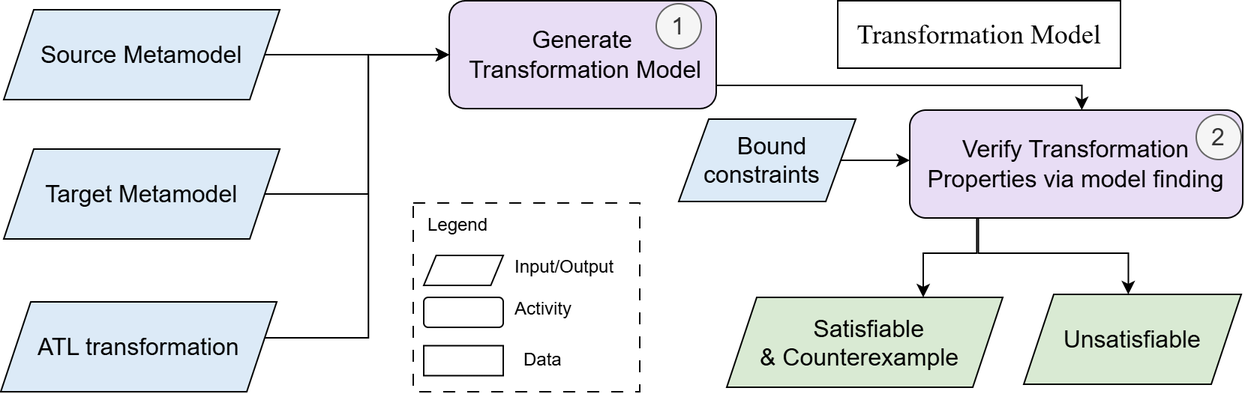
daohuyhoang06/LLM4ATL_poster keeps this draw.io diagram as figures/formal_verification.png. Above is the earlier version. Source tidied: cells renumbered, new cells last; positions are measured from the earlier drawing's top-left corner, leaving out a move shared by most shapes. Source of this version:
```xml
<mxGraphModel>
  <root>
    <mxCell id="0" />
    <mxCell id="1" parent="0" />
    <mxCell id="2" style="edgeStyle=orthogonalEdgeStyle;rounded=0;jettySize=auto;html=1;" parent="1" edge="1" source="7" target="18">
      <mxGeometry relative="1" as="geometry" />
    </mxCell>
    <mxCell id="3" style="edgeStyle=orthogonalEdgeStyle;rounded=0;jettySize=auto;html=1;" parent="1" edge="1" source="5" target="24">
      <mxGeometry relative="1" as="geometry">
        <Array as="points">
          <mxPoint x="651.7" y="168.5" />
          <mxPoint x="751.7" y="168.5" />
        </Array>
      </mxGeometry>
    </mxCell>
    <mxCell id="4" style="edgeStyle=orthogonalEdgeStyle;rounded=0;jettySize=auto;html=1;" parent="1" edge="1" source="5" target="23">
      <mxGeometry relative="1" as="geometry">
        <Array as="points">
          <mxPoint x="650.7" y="168.5" />
          <mxPoint x="615" y="168.5" />
        </Array>
      </mxGeometry>
    </mxCell>
    <mxCell id="5" value="&lt;font style=&quot;font-size: 16px;&quot;&gt;Verify Transformation Properties via model finding&lt;/font&gt;" style="rounded=1;whiteSpace=wrap;html=1;fillColor=#E8DDF5;" parent="1" vertex="1">
      <mxGeometry x="606" y="73" width="222" height="72" as="geometry" />
    </mxCell>
    <mxCell id="6" style="edgeStyle=orthogonalEdgeStyle;rounded=0;jettySize=auto;html=1;" parent="1" edge="1" source="11" target="5">
      <mxGeometry relative="1" as="geometry">
        <Array as="points">
          <mxPoint x="518.7" y="109" />
        </Array>
      </mxGeometry>
    </mxCell>
    <mxCell id="7" value="Source Metamodel" style="shape=parallelogram;perimeter=parallelogramPerimeter;whiteSpace=wrap;html=1;shapeInside=1;fixedSize=1;fontSize=16;fillColor=#DCEAF7;" parent="1" vertex="1">
      <mxGeometry x="2" y="6" width="184" height="60" as="geometry" />
    </mxCell>
    <mxCell id="8" value="Target Metamodel" style="shape=parallelogram;perimeter=parallelogramPerimeter;whiteSpace=wrap;html=1;shapeInside=1;fixedSize=1;fontSize=16;fillColor=#DCEAF7;" parent="1" vertex="1">
      <mxGeometry x="2" y="99" width="184" height="60" as="geometry" />
    </mxCell>
    <mxCell id="9" style="edgeStyle=orthogonalEdgeStyle;rounded=0;jettySize=auto;html=1;" parent="1" edge="1" source="8" target="18">
      <mxGeometry relative="1" as="geometry">
        <Array as="points">
          <mxPoint x="245" y="129" />
          <mxPoint x="245" y="36" />
        </Array>
      </mxGeometry>
    </mxCell>
    <mxCell id="10" style="rounded=0;whiteSpace=wrap;html=1;fillColor=none;dashed=1;dashPattern=8 8;" parent="1" vertex="1">
      <mxGeometry x="275" y="135" width="151" height="126" as="geometry" />
    </mxCell>
    <mxCell id="11" value="Bound constraints" style="shape=parallelogram;perimeter=parallelogramPerimeter;whiteSpace=wrap;html=1;shapeInside=1;fixedSize=1;fontSize=16;fillColor=#DCEAF7;" parent="1" vertex="1">
      <mxGeometry x="452" y="79" width="118" height="55" as="geometry" />
    </mxCell>
    <mxCell id="12" style="edgeStyle=orthogonalEdgeStyle;rounded=0;jettySize=auto;html=1;" parent="1" edge="1" source="14" target="18">
      <mxGeometry relative="1" as="geometry">
        <Array as="points">
          <mxPoint x="245" y="225" />
          <mxPoint x="245" y="36" />
        </Array>
      </mxGeometry>
    </mxCell>
    <mxCell id="13" value="Legend" style="text;html=1;whiteSpace=wrap;strokeColor=none;fillColor=none;align=center;verticalAlign=middle;rounded=0;" parent="1" vertex="1">
      <mxGeometry x="275" y="135" width="60" height="30" as="geometry" />
    </mxCell>
    <mxCell id="14" value="ATL transformation" style="shape=parallelogram;perimeter=parallelogramPerimeter;whiteSpace=wrap;html=1;shapeInside=1;fixedSize=1;fontSize=16;fillColor=#DCEAF7;" parent="1" vertex="1">
      <mxGeometry y="201" width="184" height="60" as="geometry" />
    </mxCell>
    <mxCell id="15" style="shape=parallelogram;perimeter=parallelogramPerimeter;whiteSpace=wrap;html=1;shapeInside=1;fixedSize=1;size=8.309027777777715;" parent="1" vertex="1">
      <mxGeometry x="282" y="170" width="53" height="20" as="geometry" />
    </mxCell>
    <mxCell id="16" style="edgeStyle=orthogonalEdgeStyle;rounded=0;jettySize=auto;html=1;" parent="1" edge="1" source="18" target="5">
      <mxGeometry relative="1" as="geometry">
        <Array as="points">
          <mxPoint x="720.7" y="56.5" />
        </Array>
      </mxGeometry>
    </mxCell>
    <mxCell id="17" value="Input/Output" style="text;html=1;whiteSpace=wrap;strokeColor=none;fillColor=none;align=left;verticalAlign=middle;rounded=0;" parent="1" vertex="1">
      <mxGeometry x="340.5" y="168" width="55.5" height="20" as="geometry" />
    </mxCell>
    <mxCell id="18" value="&lt;font style=&quot;font-size: 16px;&quot;&gt;Generate&lt;br&gt;&amp;nbsp;Transformation Model&lt;/font&gt;" style="rounded=1;whiteSpace=wrap;html=1;fillColor=#E8DDF5;" parent="1" vertex="1">
      <mxGeometry x="299" width="178" height="72" as="geometry" />
    </mxCell>
    <mxCell id="19" value="Activity" style="text;html=1;whiteSpace=wrap;strokeColor=none;fillColor=none;align=left;verticalAlign=middle;rounded=0;" parent="1" vertex="1">
      <mxGeometry x="340.5" y="196" width="53" height="20" as="geometry" />
    </mxCell>
    <mxCell id="20" value="Data" style="text;html=1;whiteSpace=wrap;strokeColor=none;fillColor=none;align=left;verticalAlign=middle;rounded=0;" parent="1" vertex="1">
      <mxGeometry x="347" y="230.2" width="53" height="20" as="geometry" />
    </mxCell>
    <mxCell id="21" style="rounded=1;whiteSpace=wrap;html=1;" parent="1" vertex="1">
      <mxGeometry x="282" y="198" width="53" height="20" as="geometry" />
    </mxCell>
    <mxCell id="22" style="rounded=0;whiteSpace=wrap;html=1;" parent="1" vertex="1">
      <mxGeometry x="282" y="230.2" width="53" height="20" as="geometry" />
    </mxCell>
    <mxCell id="23" value="Satisfiable &amp;amp;&amp;nbsp;Counterexample" style="shape=parallelogram;perimeter=parallelogramPerimeter;whiteSpace=wrap;html=1;shapeInside=1;fixedSize=1;fontSize=16;fillColor=#D9EAD3;" parent="1" vertex="1">
      <mxGeometry x="484" y="198" width="184" height="60" as="geometry" />
    </mxCell>
    <mxCell id="24" value="Unsatisfiable" style="shape=parallelogram;perimeter=parallelogramPerimeter;whiteSpace=wrap;html=1;shapeInside=1;fixedSize=1;fontSize=16;fillColor=#D9EAD3;" parent="1" vertex="1">
      <mxGeometry x="682" y="196" width="145" height="60" as="geometry" />
    </mxCell>
    <mxCell id="25" value="1" style="ellipse;whiteSpace=wrap;html=1;shapeInside=1;fontSize=16;fillColor=#f5f5f5;fontColor=#333333;strokeColor=#666666;" parent="1" vertex="1">
      <mxGeometry x="437" y="2" width="30" height="30" as="geometry" />
    </mxCell>
    <mxCell id="26" value="2" style="ellipse;whiteSpace=wrap;html=1;shapeInside=1;fontSize=16;fillColor=#f5f5f5;fontColor=#333333;strokeColor=#666666;" parent="1" vertex="1">
      <mxGeometry x="797" y="76" width="30" height="30" as="geometry" />
    </mxCell>
    <mxCell id="27" value="&lt;span style=&quot;font-family: &amp;quot;Times New Roman&amp;quot;; font-size: 18px;&quot;&gt;Transformation Model&lt;/span&gt;" style="rounded=0;whiteSpace=wrap;html=1;fillColor=#FFFFFF;" parent="1" vertex="1">
      <mxGeometry x="558" width="188.5" height="45" as="geometry" />
    </mxCell>
  </root>
</mxGraphModel>
```
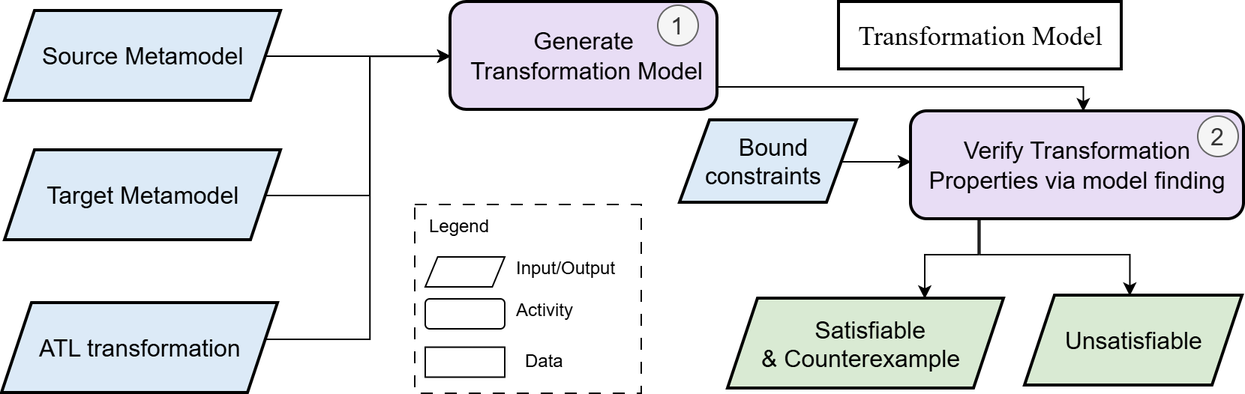
Later version of the same file.

Change to the diagram source:
```diff
@@ -21,7 +21,7 @@
         </Array>
       </mxGeometry>
     </mxCell>
-    <mxCell id="5" value="&lt;font style=&quot;font-size: 16px;&quot;&gt;Verify Transformation Properties via model finding&lt;/font&gt;" style="rounded=1;whiteSpace=wrap;html=1;fillColor=#E8DDF5;" parent="1" vertex="1">
+    <mxCell id="5" value="&lt;font style=&quot;font-size: 16px;&quot;&gt;Verify Transformation Properties via model finding&lt;/font&gt;" style="rounded=1;whiteSpace=wrap;html=1;fillColor=#E8DDF5;strokeWidth=2;" parent="1" vertex="1">
       <mxGeometry x="606" y="73" width="222" height="72" as="geometry" />
     </mxCell>
     <mxCell id="6" style="edgeStyle=orthogonalEdgeStyle;rounded=0;jettySize=auto;html=1;" parent="1" edge="1" source="11" target="5">
@@ -31,10 +31,10 @@
         </Array>
       </mxGeometry>
     </mxCell>
-    <mxCell id="7" value="Source Metamodel" style="shape=parallelogram;perimeter=parallelogramPerimeter;whiteSpace=wrap;html=1;shapeInside=1;fixedSize=1;fontSize=16;fillColor=#DCEAF7;" parent="1" vertex="1">
+    <mxCell id="7" value="Source Metamodel" style="shape=parallelogram;perimeter=parallelogramPerimeter;whiteSpace=wrap;html=1;shapeInside=1;fixedSize=1;fontSize=16;fillColor=#DCEAF7;strokeWidth=2;" parent="1" vertex="1">
       <mxGeometry x="2" y="6" width="184" height="60" as="geometry" />
     </mxCell>
-    <mxCell id="8" value="Target Metamodel" style="shape=parallelogram;perimeter=parallelogramPerimeter;whiteSpace=wrap;html=1;shapeInside=1;fixedSize=1;fontSize=16;fillColor=#DCEAF7;" parent="1" vertex="1">
+    <mxCell id="8" value="Target Metamodel" style="shape=parallelogram;perimeter=parallelogramPerimeter;whiteSpace=wrap;html=1;shapeInside=1;fixedSize=1;fontSize=16;fillColor=#DCEAF7;strokeWidth=2;" parent="1" vertex="1">
       <mxGeometry x="2" y="99" width="184" height="60" as="geometry" />
     </mxCell>
     <mxCell id="9" style="edgeStyle=orthogonalEdgeStyle;rounded=0;jettySize=auto;html=1;" parent="1" edge="1" source="8" target="18">
@@ -48,7 +48,7 @@
     <mxCell id="10" style="rounded=0;whiteSpace=wrap;html=1;fillColor=none;dashed=1;dashPattern=8 8;" parent="1" vertex="1">
       <mxGeometry x="275" y="135" width="151" height="126" as="geometry" />
     </mxCell>
-    <mxCell id="11" value="Bound constraints" style="shape=parallelogram;perimeter=parallelogramPerimeter;whiteSpace=wrap;html=1;shapeInside=1;fixedSize=1;fontSize=16;fillColor=#DCEAF7;" parent="1" vertex="1">
+    <mxCell id="11" value="Bound constraints" style="shape=parallelogram;perimeter=parallelogramPerimeter;whiteSpace=wrap;html=1;shapeInside=1;fixedSize=1;fontSize=16;fillColor=#DCEAF7;strokeWidth=2;" parent="1" vertex="1">
       <mxGeometry x="452" y="79" width="118" height="55" as="geometry" />
     </mxCell>
     <mxCell id="12" style="edgeStyle=orthogonalEdgeStyle;rounded=0;jettySize=auto;html=1;" parent="1" edge="1" source="14" target="18">
@@ -62,7 +62,7 @@
     <mxCell id="13" value="Legend" style="text;html=1;whiteSpace=wrap;strokeColor=none;fillColor=none;align=center;verticalAlign=middle;rounded=0;" parent="1" vertex="1">
       <mxGeometry x="275" y="135" width="60" height="30" as="geometry" />
     </mxCell>
-    <mxCell id="14" value="ATL transformation" style="shape=parallelogram;perimeter=parallelogramPerimeter;whiteSpace=wrap;html=1;shapeInside=1;fixedSize=1;fontSize=16;fillColor=#DCEAF7;" parent="1" vertex="1">
+    <mxCell id="14" value="ATL transformation" style="shape=parallelogram;perimeter=parallelogramPerimeter;whiteSpace=wrap;html=1;shapeInside=1;fixedSize=1;fontSize=16;fillColor=#DCEAF7;strokeWidth=2;" parent="1" vertex="1">
       <mxGeometry y="201" width="184" height="60" as="geometry" />
     </mxCell>
     <mxCell id="15" style="shape=parallelogram;perimeter=parallelogramPerimeter;whiteSpace=wrap;html=1;shapeInside=1;fixedSize=1;size=8.309027777777715;" parent="1" vertex="1">
@@ -78,7 +78,7 @@
     <mxCell id="17" value="Input/Output" style="text;html=1;whiteSpace=wrap;strokeColor=none;fillColor=none;align=left;verticalAlign=middle;rounded=0;" parent="1" vertex="1">
       <mxGeometry x="340.5" y="168" width="55.5" height="20" as="geometry" />
     </mxCell>
-    <mxCell id="18" value="&lt;font style=&quot;font-size: 16px;&quot;&gt;Generate&lt;br&gt;&amp;nbsp;Transformation Model&lt;/font&gt;" style="rounded=1;whiteSpace=wrap;html=1;fillColor=#E8DDF5;" parent="1" vertex="1">
+    <mxCell id="18" value="&lt;font style=&quot;font-size: 16px;&quot;&gt;Generate&lt;br&gt;&amp;nbsp;Transformation Model&lt;/font&gt;" style="rounded=1;whiteSpace=wrap;html=1;fillColor=#E8DDF5;strokeWidth=2;" parent="1" vertex="1">
       <mxGeometry x="299" width="178" height="72" as="geometry" />
     </mxCell>
     <mxCell id="19" value="Activity" style="text;html=1;whiteSpace=wrap;strokeColor=none;fillColor=none;align=left;verticalAlign=middle;rounded=0;" parent="1" vertex="1">
@@ -93,19 +93,19 @@
     <mxCell id="22" style="rounded=0;whiteSpace=wrap;html=1;" parent="1" vertex="1">
       <mxGeometry x="282" y="230.2" width="53" height="20" as="geometry" />
     </mxCell>
-    <mxCell id="23" value="Satisfiable &amp;amp;&amp;nbsp;Counterexample" style="shape=parallelogram;perimeter=parallelogramPerimeter;whiteSpace=wrap;html=1;shapeInside=1;fixedSize=1;fontSize=16;fillColor=#D9EAD3;" parent="1" vertex="1">
+    <mxCell id="23" value="Satisfiable &amp;amp;&amp;nbsp;Counterexample" style="shape=parallelogram;perimeter=parallelogramPerimeter;whiteSpace=wrap;html=1;shapeInside=1;fixedSize=1;fontSize=16;fillColor=#D9EAD3;strokeWidth=2;" parent="1" vertex="1">
       <mxGeometry x="484" y="198" width="184" height="60" as="geometry" />
     </mxCell>
-    <mxCell id="24" value="Unsatisfiable" style="shape=parallelogram;perimeter=parallelogramPerimeter;whiteSpace=wrap;html=1;shapeInside=1;fixedSize=1;fontSize=16;fillColor=#D9EAD3;" parent="1" vertex="1">
+    <mxCell id="24" value="Unsatisfiable" style="shape=parallelogram;perimeter=parallelogramPerimeter;whiteSpace=wrap;html=1;shapeInside=1;fixedSize=1;fontSize=16;fillColor=#D9EAD3;strokeWidth=2;" parent="1" vertex="1">
       <mxGeometry x="682" y="196" width="145" height="60" as="geometry" />
     </mxCell>
     <mxCell id="25" value="1" style="ellipse;whiteSpace=wrap;html=1;shapeInside=1;fontSize=16;fillColor=#f5f5f5;fontColor=#333333;strokeColor=#666666;" parent="1" vertex="1">
-      <mxGeometry x="437" y="2" width="30" height="30" as="geometry" />
+      <mxGeometry x="437" y="2" width="27" height="27" as="geometry" />
     </mxCell>
     <mxCell id="26" value="2" style="ellipse;whiteSpace=wrap;html=1;shapeInside=1;fontSize=16;fillColor=#f5f5f5;fontColor=#333333;strokeColor=#666666;" parent="1" vertex="1">
-      <mxGeometry x="797" y="76" width="30" height="30" as="geometry" />
+      <mxGeometry x="797" y="76" width="27" height="27" as="geometry" />
     </mxCell>
-    <mxCell id="27" value="&lt;span style=&quot;font-family: &amp;quot;Times New Roman&amp;quot;; font-size: 18px;&quot;&gt;Transformation Model&lt;/span&gt;" style="rounded=0;whiteSpace=wrap;html=1;fillColor=#FFFFFF;" parent="1" vertex="1">
+    <mxCell id="27" value="&lt;span style=&quot;font-family: &amp;quot;Times New Roman&amp;quot;; font-size: 18px;&quot;&gt;Transformation Model&lt;/span&gt;" style="rounded=0;whiteSpace=wrap;html=1;fillColor=#FFFFFF;strokeWidth=2;" parent="1" vertex="1">
       <mxGeometry x="558" width="188.5" height="45" as="geometry" />
     </mxCell>
   </root>
```
